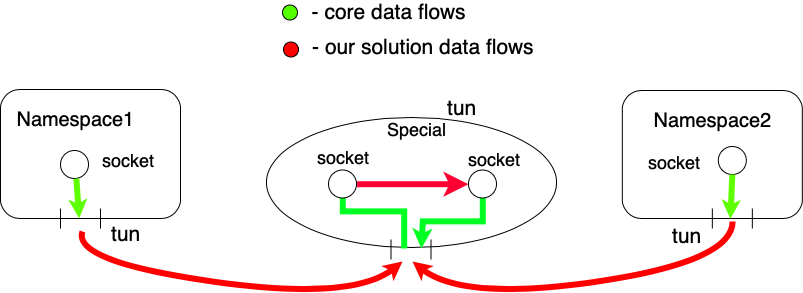
Before: img/SmallDiagram.png, a diagram exported from draw.io (salamantos/tun-example). Source tidied: cells renumbered, new cells last; positions are measured from the earlier drawing's top-left corner, leaving out a move shared by most shapes. Source of this version:
```xml
<mxGraphModel>
  <root>
    <mxCell id="0" />
    <mxCell id="1" parent="0" />
    <mxCell id="2" style="ellipse;whiteSpace=wrap;html=1;fontSize=21;" parent="1" vertex="1">
      <mxGeometry x="266" y="116" width="290" height="130" as="geometry" />
    </mxCell>
    <mxCell id="3" style="rounded=1;whiteSpace=wrap;html=1;" parent="1" vertex="1">
      <mxGeometry y="88" width="180" height="129" as="geometry" />
    </mxCell>
    <mxCell id="4" style="shape=link;html=1;width=40;" parent="1" edge="1">
      <mxGeometry relative="1" as="geometry">
        <mxPoint x="80" y="227" as="sourcePoint" />
        <mxPoint x="80" y="207" as="targetPoint" />
      </mxGeometry>
    </mxCell>
    <mxCell id="5" style="curved=1;endArrow=classic;html=1;strokeWidth=6;strokeColor=#FF0000;endSize=0;" parent="1" edge="1">
      <mxGeometry relative="1" as="geometry">
        <mxPoint x="82" y="230" as="sourcePoint" />
        <mxPoint x="402" y="260" as="targetPoint" />
        <Array as="points">
          <mxPoint x="72" y="260" />
          <mxPoint x="352" y="300" />
        </Array>
      </mxGeometry>
    </mxCell>
    <mxCell id="6" style="rounded=1;whiteSpace=wrap;html=1;direction=east;" parent="1" vertex="1">
      <mxGeometry x="621.8" y="89" width="180" height="128" as="geometry" />
    </mxCell>
    <mxCell id="7" style="shape=link;html=1;width=40;" parent="1" edge="1">
      <mxGeometry relative="1" as="geometry">
        <mxPoint x="731.8" y="227" as="sourcePoint" />
        <mxPoint x="731.8" y="207" as="targetPoint" />
      </mxGeometry>
    </mxCell>
    <mxCell id="8" style="curved=1;endArrow=classic;html=1;strokeWidth=6;strokeColor=#FF0000;endSize=0;" parent="1" edge="1">
      <mxGeometry relative="1" as="geometry">
        <mxPoint x="732" y="220" as="sourcePoint" />
        <mxPoint x="412" y="260" as="targetPoint" />
        <Array as="points">
          <mxPoint x="732" y="260" />
          <mxPoint x="462" y="300" />
        </Array>
      </mxGeometry>
    </mxCell>
    <mxCell id="9" value="&lt;font style=&quot;font-size: 20px&quot;&gt;Namespace1&lt;/font&gt;" style="text;html=1;strokeColor=none;fillColor=none;align=center;verticalAlign=middle;whiteSpace=wrap;rounded=0;" parent="1" vertex="1">
      <mxGeometry x="42.5" y="108" width="65" height="20" as="geometry" />
    </mxCell>
    <mxCell id="10" style="ellipse;whiteSpace=wrap;html=1;" parent="1" vertex="1">
      <mxGeometry x="60" y="149" width="28" height="28" as="geometry" />
    </mxCell>
    <mxCell id="11" value="&lt;font style=&quot;font-size: 18px&quot;&gt;socket&lt;/font&gt;" style="text;html=1;strokeColor=none;fillColor=none;align=center;verticalAlign=middle;whiteSpace=wrap;rounded=0;" parent="1" vertex="1">
      <mxGeometry x="102" y="148" width="50" height="21" as="geometry" />
    </mxCell>
    <mxCell id="12" value="tun" style="text;html=1;strokeColor=none;fillColor=none;align=center;verticalAlign=middle;whiteSpace=wrap;rounded=0;fontSize=21;" parent="1" vertex="1">
      <mxGeometry x="105" y="218" width="40" height="30" as="geometry" />
    </mxCell>
    <mxCell id="13" value="tun" style="text;html=1;strokeColor=none;fillColor=none;align=center;verticalAlign=middle;whiteSpace=wrap;rounded=0;fontSize=21;" parent="1" vertex="1">
      <mxGeometry x="666.8" y="224" width="40" height="20" as="geometry" />
    </mxCell>
    <mxCell id="14" style="endArrow=classic;html=1;exitX=0.567;exitY=1.006;exitDx=0;exitDy=0;exitPerimeter=0;strokeColor=#5EFF00;strokeWidth=6;entryX=0.437;entryY=0.998;entryDx=0;entryDy=0;entryPerimeter=0;endSize=0;" parent="1" edge="1" source="10" target="3">
      <mxGeometry relative="1" as="geometry" />
    </mxCell>
    <mxCell id="15" style="ellipse;whiteSpace=wrap;html=1;" parent="1" vertex="1">
      <mxGeometry x="717.8" y="145" width="28" height="28" as="geometry" />
    </mxCell>
    <mxCell id="16" value="&lt;font style=&quot;font-size: 18px&quot;&gt;socket&lt;/font&gt;" style="text;html=1;strokeColor=none;fillColor=none;align=center;verticalAlign=middle;whiteSpace=wrap;rounded=0;" parent="1" vertex="1">
      <mxGeometry x="648.8" y="149.5" width="50" height="21" as="geometry" />
    </mxCell>
    <mxCell id="17" style="endArrow=classic;html=1;exitX=0.5;exitY=1;exitDx=0;exitDy=0;entryX=0.6;entryY=1.003;entryDx=0;entryDy=0;strokeColor=#5EFF00;strokeWidth=6;entryPerimeter=0;endSize=0;" parent="1" edge="1" source="15" target="6">
      <mxGeometry relative="1" as="geometry" />
    </mxCell>
    <mxCell id="18" value="&lt;font style=&quot;font-size: 20px&quot;&gt;Namespace2&lt;/font&gt;" style="text;html=1;strokeColor=none;fillColor=none;align=center;verticalAlign=middle;whiteSpace=wrap;rounded=0;" parent="1" vertex="1">
      <mxGeometry x="679.3" y="109" width="65" height="20" as="geometry" />
    </mxCell>
    <mxCell id="19" style="edgeStyle=orthogonalEdgeStyle;rounded=0;jettySize=auto;html=1;entryX=0.5;entryY=0;entryDx=0;entryDy=0;fontSize=21;strokeColor=#00FF22;strokeWidth=6;endSize=0;" parent="1" edge="1" target="24">
      <mxGeometry relative="1" as="geometry">
        <mxPoint x="403" y="247" as="sourcePoint" />
        <Array as="points">
          <mxPoint x="403" y="247" />
          <mxPoint x="403" y="210" />
          <mxPoint x="342" y="210" />
        </Array>
      </mxGeometry>
    </mxCell>
    <mxCell id="20" value="&lt;font style=&quot;font-size: 18px&quot;&gt;Special&lt;/font&gt;" style="text;html=1;strokeColor=none;fillColor=none;align=center;verticalAlign=middle;whiteSpace=wrap;rounded=0;" parent="1" vertex="1">
      <mxGeometry x="391" y="117.5" width="50" height="21" as="geometry" />
    </mxCell>
    <mxCell id="21" style="shape=link;html=1;width=40;" parent="1" edge="1">
      <mxGeometry relative="1" as="geometry">
        <mxPoint x="410.5" y="258" as="sourcePoint" />
        <mxPoint x="410.5" y="238" as="targetPoint" />
      </mxGeometry>
    </mxCell>
    <mxCell id="22" value="tun" style="text;html=1;strokeColor=none;fillColor=none;align=center;verticalAlign=middle;whiteSpace=wrap;rounded=0;fontSize=21;" parent="1" vertex="1">
      <mxGeometry x="441" y="96" width="40" height="20" as="geometry" />
    </mxCell>
    <mxCell id="23" style="edgeStyle=orthogonalEdgeStyle;rounded=0;jettySize=auto;html=1;exitX=1;exitY=0.5;exitDx=0;exitDy=0;fontSize=21;strokeColor=#FF0033;strokeWidth=6;" parent="1" edge="1" source="24" target="26">
      <mxGeometry relative="1" as="geometry" />
    </mxCell>
    <mxCell id="24" style="ellipse;whiteSpace=wrap;html=1;" parent="1" vertex="1">
      <mxGeometry x="328" y="168.5" width="28" height="28" as="geometry" />
    </mxCell>
    <mxCell id="25" style="edgeStyle=orthogonalEdgeStyle;rounded=0;jettySize=auto;html=1;exitX=0.5;exitY=0;exitDx=0;exitDy=0;entryX=0.536;entryY=1.012;entryDx=0;entryDy=0;fontSize=21;strokeColor=#00FF22;strokeWidth=6;endSize=1;startSize=1;entryPerimeter=0;" parent="1" edge="1" source="26" target="2">
      <mxGeometry relative="1" as="geometry">
        <Array as="points">
          <mxPoint x="482" y="220" />
          <mxPoint x="422" y="220" />
        </Array>
      </mxGeometry>
    </mxCell>
    <mxCell id="26" style="ellipse;whiteSpace=wrap;html=1;" parent="1" vertex="1">
      <mxGeometry x="468" y="168.5" width="28" height="28" as="geometry" />
    </mxCell>
    <mxCell id="27" value="&lt;font style=&quot;font-size: 18px&quot;&gt;socket&lt;/font&gt;" style="text;html=1;strokeColor=none;fillColor=none;align=center;verticalAlign=middle;whiteSpace=wrap;rounded=0;" parent="1" vertex="1">
      <mxGeometry x="317" y="145" width="50" height="21" as="geometry" />
    </mxCell>
    <mxCell id="28" value="&lt;font style=&quot;font-size: 18px&quot;&gt;socket&lt;/font&gt;" style="text;html=1;strokeColor=none;fillColor=none;align=center;verticalAlign=middle;whiteSpace=wrap;rounded=0;" parent="1" vertex="1">
      <mxGeometry x="468" y="147.5" width="50" height="21" as="geometry" />
    </mxCell>
    <mxCell id="29" style="ellipse;whiteSpace=wrap;html=1;fontSize=21;fillColor=#55FF00;" parent="1" vertex="1">
      <mxGeometry x="282" y="3.5" width="15" height="15" as="geometry" />
    </mxCell>
    <mxCell id="30" value="&amp;nbsp;- core data flows" style="text;html=1;strokeColor=none;fillColor=none;align=center;verticalAlign=middle;whiteSpace=wrap;rounded=0;fontSize=21;" parent="1" vertex="1">
      <mxGeometry x="290.5" width="190" height="20" as="geometry" />
    </mxCell>
    <mxCell id="31" style="ellipse;whiteSpace=wrap;html=1;fontSize=21;fillColor=#FF0000;" parent="1" vertex="1">
      <mxGeometry x="283" y="40.5" width="15" height="15" as="geometry" />
    </mxCell>
    <mxCell id="32" value="- our solution data flows&amp;nbsp;" style="text;html=1;strokeColor=none;fillColor=none;align=center;verticalAlign=middle;whiteSpace=wrap;rounded=0;fontSize=21;" parent="1" vertex="1">
      <mxGeometry x="305.5" y="35.5" width="240" height="20" as="geometry" />
    </mxCell>
  </root>
</mxGraphModel>
```
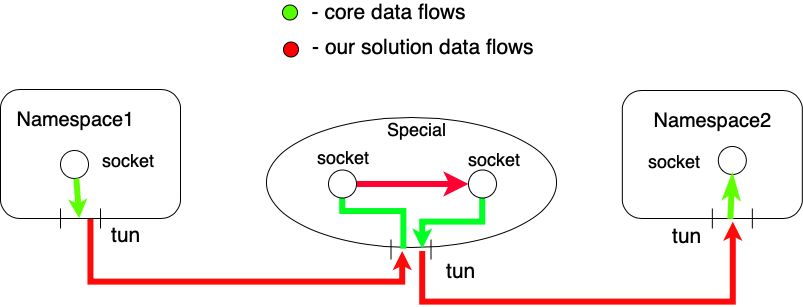
The same diagram one commit later.

The edit, as a diff of the source:
```diff
@@ -2,9 +2,28 @@
   <root>
     <mxCell id="0" />
     <mxCell id="1" parent="0" />
+    <mxCell id="33" style="edgeStyle=orthogonalEdgeStyle;rounded=0;orthogonalLoop=1;jettySize=auto;html=1;startArrow=none;startFill=0;startSize=1;endArrow=classic;endFill=1;endSize=0;strokeColor=#FF0A0A;strokeWidth=6;fontSize=21;" parent="1" edge="1">
+      <mxGeometry relative="1" as="geometry">
+        <mxPoint x="422" y="250" as="sourcePoint" />
+        <mxPoint x="732" y="220" as="targetPoint" />
+        <Array as="points">
+          <mxPoint x="422" y="300" />
+          <mxPoint x="732" y="300" />
+        </Array>
+      </mxGeometry>
+    </mxCell>
     <mxCell id="2" style="ellipse;whiteSpace=wrap;html=1;fontSize=21;" parent="1" vertex="1">
       <mxGeometry x="266" y="116" width="290" height="130" as="geometry" />
     </mxCell>
+    <mxCell id="34" style="edgeStyle=orthogonalEdgeStyle;rounded=0;jettySize=auto;html=1;exitX=0.5;exitY=1;exitDx=0;exitDy=0;startArrow=none;startFill=0;startSize=1;endArrow=classic;endFill=1;endSize=0;strokeColor=#FF0A0A;strokeWidth=6;fontSize=21;" parent="1" edge="1" source="3">
+      <mxGeometry relative="1" as="geometry">
+        <mxPoint x="402" y="250" as="targetPoint" />
+        <Array as="points">
+          <mxPoint x="90" y="280" />
+          <mxPoint x="402" y="280" />
+        </Array>
+      </mxGeometry>
+    </mxCell>
     <mxCell id="3" style="rounded=1;whiteSpace=wrap;html=1;" parent="1" vertex="1">
       <mxGeometry y="88" width="180" height="129" as="geometry" />
     </mxCell>
@@ -14,16 +33,6 @@
         <mxPoint x="80" y="207" as="targetPoint" />
       </mxGeometry>
     </mxCell>
-    <mxCell id="5" style="curved=1;endArrow=classic;html=1;strokeWidth=6;strokeColor=#FF0000;endSize=0;" parent="1" edge="1">
-      <mxGeometry relative="1" as="geometry">
-        <mxPoint x="82" y="230" as="sourcePoint" />
-        <mxPoint x="402" y="260" as="targetPoint" />
-        <Array as="points">
-          <mxPoint x="72" y="260" />
-          <mxPoint x="352" y="300" />
-        </Array>
-      </mxGeometry>
-    </mxCell>
     <mxCell id="6" style="rounded=1;whiteSpace=wrap;html=1;direction=east;" parent="1" vertex="1">
       <mxGeometry x="621.8" y="89" width="180" height="128" as="geometry" />
     </mxCell>
@@ -33,16 +42,6 @@
         <mxPoint x="731.8" y="207" as="targetPoint" />
       </mxGeometry>
     </mxCell>
-    <mxCell id="8" style="curved=1;endArrow=classic;html=1;strokeWidth=6;strokeColor=#FF0000;endSize=0;" parent="1" edge="1">
-      <mxGeometry relative="1" as="geometry">
-        <mxPoint x="732" y="220" as="sourcePoint" />
-        <mxPoint x="412" y="260" as="targetPoint" />
-        <Array as="points">
-          <mxPoint x="732" y="260" />
-          <mxPoint x="462" y="300" />
-        </Array>
-      </mxGeometry>
-    </mxCell>
     <mxCell id="9" value="&lt;font style=&quot;font-size: 20px&quot;&gt;Namespace1&lt;/font&gt;" style="text;html=1;strokeColor=none;fillColor=none;align=center;verticalAlign=middle;whiteSpace=wrap;rounded=0;" parent="1" vertex="1">
       <mxGeometry x="42.5" y="108" width="65" height="20" as="geometry" />
     </mxCell>
@@ -67,7 +66,7 @@
     <mxCell id="16" value="&lt;font style=&quot;font-size: 18px&quot;&gt;socket&lt;/font&gt;" style="text;html=1;strokeColor=none;fillColor=none;align=center;verticalAlign=middle;whiteSpace=wrap;rounded=0;" parent="1" vertex="1">
       <mxGeometry x="648.8" y="149.5" width="50" height="21" as="geometry" />
     </mxCell>
-    <mxCell id="17" style="endArrow=classic;html=1;exitX=0.5;exitY=1;exitDx=0;exitDy=0;entryX=0.6;entryY=1.003;entryDx=0;entryDy=0;strokeColor=#5EFF00;strokeWidth=6;entryPerimeter=0;endSize=0;" parent="1" edge="1" source="15" target="6">
+    <mxCell id="17" style="endArrow=none;html=1;exitX=0.5;exitY=1;exitDx=0;exitDy=0;entryX=0.6;entryY=1.003;entryDx=0;entryDy=0;strokeColor=#5EFF00;strokeWidth=6;entryPerimeter=0;endSize=0;startArrow=classicThin;startFill=1;endFill=0;" parent="1" edge="1" source="15" target="6">
       <mxGeometry relative="1" as="geometry" />
     </mxCell>
     <mxCell id="18" value="&lt;font style=&quot;font-size: 20px&quot;&gt;Namespace2&lt;/font&gt;" style="text;html=1;strokeColor=none;fillColor=none;align=center;verticalAlign=middle;whiteSpace=wrap;rounded=0;" parent="1" vertex="1">
@@ -93,7 +92,7 @@
       </mxGeometry>
     </mxCell>
     <mxCell id="22" value="tun" style="text;html=1;strokeColor=none;fillColor=none;align=center;verticalAlign=middle;whiteSpace=wrap;rounded=0;fontSize=21;" parent="1" vertex="1">
-      <mxGeometry x="441" y="96" width="40" height="20" as="geometry" />
+      <mxGeometry x="440.5" y="260" width="40" height="20" as="geometry" />
     </mxCell>
     <mxCell id="23" style="edgeStyle=orthogonalEdgeStyle;rounded=0;jettySize=auto;html=1;exitX=1;exitY=0.5;exitDx=0;exitDy=0;fontSize=21;strokeColor=#FF0033;strokeWidth=6;" parent="1" edge="1" source="24" target="26">
       <mxGeometry relative="1" as="geometry" />
```
